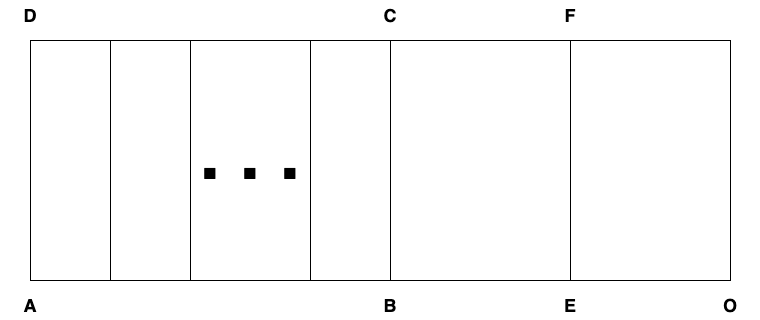
The draw.io diagram euclid/ABEOn.png in nikitadanilov/nikitadanilov.github.io, before a commit. Source tidied: cells renumbered, new cells last; positions are measured from the earlier drawing's top-left corner, leaving out a move shared by most shapes.
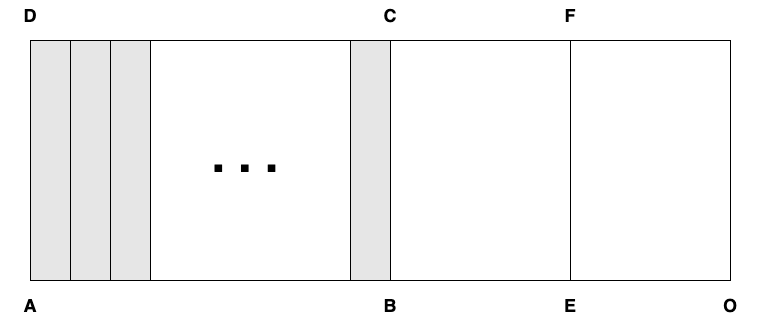
After the change.

Diff of the diagram source:
```diff
@@ -32,17 +32,20 @@
     <mxCell id="11" value="&lt;span style=&quot;font-size: 18px;&quot;&gt;&lt;b&gt;O&lt;/b&gt;&lt;/span&gt;" style="text;html=1;align=center;verticalAlign=middle;whiteSpace=wrap;rounded=0;" parent="1" vertex="1">
       <mxGeometry x="700" y="290" width="60" height="30" as="geometry" />
     </mxCell>
-    <mxCell id="12" style="rounded=0;whiteSpace=wrap;html=1;" parent="1" vertex="1">
-      <mxGeometry x="30" y="40" width="80" height="240" as="geometry" />
+    <mxCell id="12" style="rounded=0;whiteSpace=wrap;html=1;fillColor=#E6E6E6;" parent="1" vertex="1">
+      <mxGeometry x="30" y="40" width="40" height="240" as="geometry" />
     </mxCell>
-    <mxCell id="13" style="rounded=0;whiteSpace=wrap;html=1;" parent="1" vertex="1">
-      <mxGeometry x="310" y="40" width="80" height="240" as="geometry" />
-    </mxCell>
+    <mxCell id="16" style="rounded=0;whiteSpace=wrap;html=1;fillColor=#E6E6E6;" parent="1" vertex="1">
+      <mxGeometry x="70" y="40" width="40" height="240" as="geometry" />
+    </mxCell>
+    <mxCell id="17" style="rounded=0;whiteSpace=wrap;html=1;fillColor=#E6E6E6;" parent="1" vertex="1">
+      <mxGeometry x="110" y="40" width="40" height="240" as="geometry" />
+    </mxCell>
+    <mxCell id="18" style="rounded=0;whiteSpace=wrap;html=1;fillColor=#E6E6E6;" parent="1" vertex="1">
+      <mxGeometry x="350" y="40" width="40" height="240" as="geometry" />
+    </mxCell>
-    <mxCell id="14" value="&lt;b&gt;&lt;font style=&quot;font-size: 72px;&quot;&gt;. . .&lt;/font&gt;&lt;/b&gt;" style="text;html=1;align=center;verticalAlign=middle;whiteSpace=wrap;rounded=0;" parent="1" vertex="1">
-      <mxGeometry x="190" y="140" width="120" height="30" as="geometry" />
+    <mxCell id="14" value="&lt;b&gt;&lt;font style=&quot;font-size: 48px;&quot;&gt;. . .&lt;/font&gt;&lt;/b&gt;" style="text;html=1;align=center;verticalAlign=middle;whiteSpace=wrap;rounded=0;" parent="1" vertex="1">
+      <mxGeometry x="200" y="140" width="90" height="30" as="geometry" />
     </mxCell>
-    <mxCell id="15" style="rounded=0;whiteSpace=wrap;html=1;" parent="1" vertex="1">
-      <mxGeometry x="110" y="40" width="80" height="240" as="geometry" />
-    </mxCell>
   </root>
 </mxGraphModel>
```
